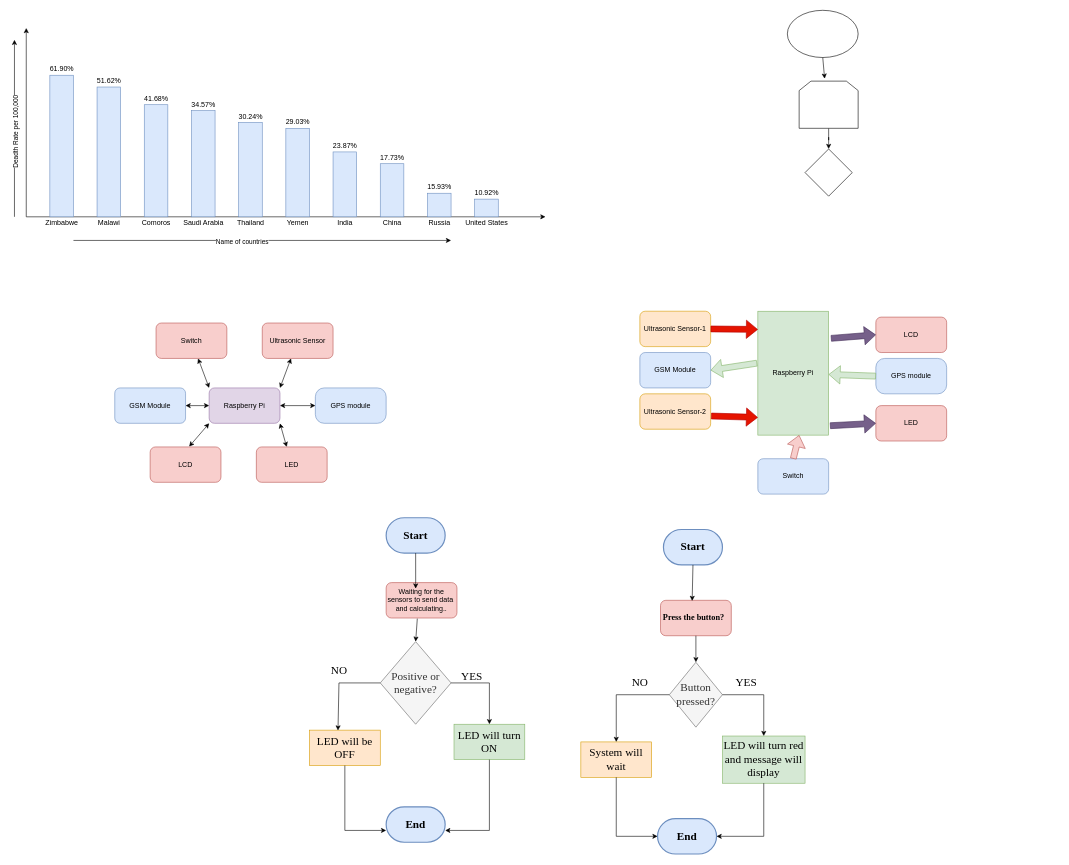
The draw.io diagram Untitled Diagram.drawio in 11716991/OS, before the edit. Source tidied: cells renumbered, new cells numbered last; positions are measured from the earlier drawing's top-left corner, leaving out a move shared by most shapes. Both pictures are drawn from the tidied source at 59%, with x=0, y=0 at pixel (14, 10).
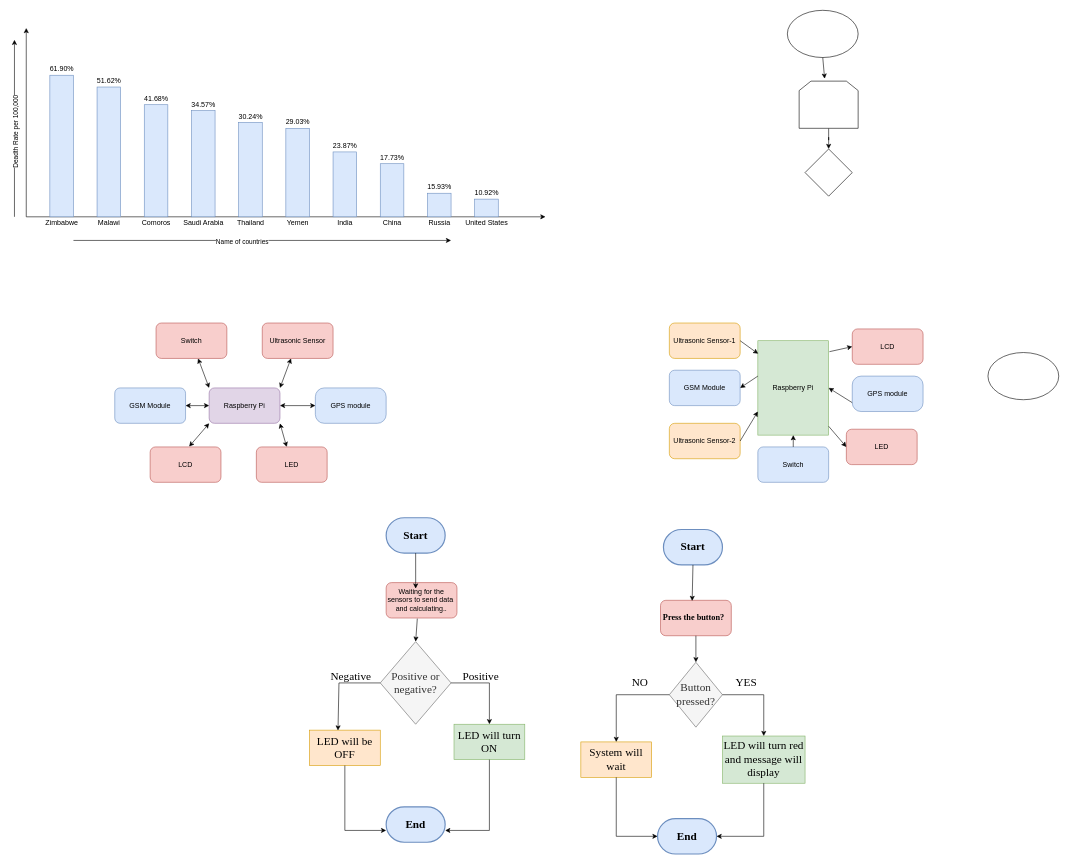
Above is the later version.

The edit, as a diff of the source:
```diff
@@
     <mxCell id="47" value="&lt;span&gt;Raspberry Pi&lt;/span&gt;" style="rounded=0;whiteSpace=wrap;html=1;fillColor=#d5e8d4;strokeColor=#82b366;" parent="1" vertex="1">
-      <mxGeometry x="1260" y="510" width="120" height="210" as="geometry" />
+      <mxGeometry x="1260" y="560" width="120" height="160" as="geometry" />
     </mxCell>
     <mxCell id="48" value="Switch" style="rounded=1;whiteSpace=wrap;html=1;fillColor=#dae8fc;strokeColor=#6c8ebf;" parent="1" vertex="1">
-      <mxGeometry x="1260" y="760" width="120" height="60" as="geometry" />
+      <mxGeometry x="1260" y="740" width="120" height="60" as="geometry" />
     </mxCell>
     <mxCell id="49" value="&lt;span&gt;LED&lt;/span&gt;" style="rounded=1;whiteSpace=wrap;html=1;fillColor=#f8cecc;strokeColor=#b85450;" parent="1" vertex="1">
-      <mxGeometry x="1460" y="670" width="120" height="60" as="geometry" />
+      <mxGeometry x="1410" y="710" width="120" height="60" as="geometry" />
     </mxCell>
     <mxCell id="50" value="&lt;span&gt;Ultrasonic Sensor-2&lt;/span&gt;" style="rounded=1;whiteSpace=wrap;html=1;fillColor=#ffe6cc;strokeColor=#d79b00;" parent="1" vertex="1">
-      <mxGeometry x="1060" y="650" width="120" height="60" as="geometry" />
+      <mxGeometry x="1110" y="700" width="120" height="60" as="geometry" />
     </mxCell>
     <mxCell id="51" value="&lt;span&gt;Ultrasonic Sensor-1&lt;/span&gt;" style="rounded=1;whiteSpace=wrap;html=1;fillColor=#ffe6cc;strokeColor=#d79b00;" parent="1" vertex="1">
-      <mxGeometry x="1060" y="510" width="120" height="60" as="geometry" />
+      <mxGeometry x="1110" y="530" width="120" height="60" as="geometry" />
     </mxCell>
     <mxCell id="52" value="LCD" style="rounded=1;whiteSpace=wrap;html=1;fillColor=#f8cecc;strokeColor=#b85450;" parent="1" vertex="1">
-      <mxGeometry x="1460" y="520" width="120" height="60" as="geometry" />
+      <mxGeometry x="1420" y="540" width="120" height="60" as="geometry" />
     </mxCell>
-    <mxCell id="53" style="shape=flexArrow;endArrow=classic;html=1;rounded=0;entryX=0;entryY=0.147;entryDx=0;entryDy=0;entryPerimeter=0;exitX=1;exitY=0.5;exitDx=0;exitDy=0;fillColor=#e51400;strokeColor=#B20000;" parent="1" edge="1" source="51" target="47">
-      <mxGeometry relative="1" as="geometry" />
-    </mxCell>
-    <mxCell id="54" style="shape=flexArrow;endArrow=classic;html=1;rounded=0;exitX=1.007;exitY=0.627;exitDx=0;exitDy=0;exitPerimeter=0;entryX=0;entryY=0.857;entryDx=0;entryDy=0;entryPerimeter=0;fillColor=#e51400;strokeColor=#B20000;" parent="1" edge="1" source="50" target="47">
-      <mxGeometry relative="1" as="geometry" />
-    </mxCell>
-    <mxCell id="55" style="shape=flexArrow;endArrow=classic;html=1;rounded=0;entryX=0;entryY=0.5;entryDx=0;entryDy=0;exitX=1.033;exitY=0.219;exitDx=0;exitDy=0;exitPerimeter=0;fillColor=#76608a;strokeColor=#432D57;" parent="1" edge="1" source="47" target="52">
-      <mxGeometry relative="1" as="geometry" />
-    </mxCell>
-    <mxCell id="56" style="shape=flexArrow;endArrow=classic;html=1;rounded=0;entryX=0;entryY=0.5;entryDx=0;entryDy=0;exitX=1.02;exitY=0.924;exitDx=0;exitDy=0;exitPerimeter=0;fillColor=#76608a;strokeColor=#432D57;" parent="1" edge="1" source="47" target="49">
-      <mxGeometry relative="1" as="geometry" />
-    </mxCell>
@@
-    <mxCell id="86" value="NO" style="text;html=1;align=center;verticalAlign=middle;strokeColor=none;fillColor=none;fontSize=19;fontFamily=Times New Roman;" parent="1" vertex="1">
-      <mxGeometry x="530" y="1105" width="40" height="30" as="geometry" />
+    <mxCell id="86" value="Negative" style="text;html=1;align=center;verticalAlign=middle;strokeColor=none;fillColor=none;fontSize=19;fontFamily=Times New Roman;" parent="1" vertex="1">
+      <mxGeometry x="530" y="1115" width="80" height="30" as="geometry" />
     </mxCell>
-    <mxCell id="87" value="YES" style="text;html=1;align=center;verticalAlign=middle;strokeColor=none;fillColor=none;fontSize=19;fontFamily=Times New Roman;" parent="1" vertex="1">
-      <mxGeometry x="750" y="1115" width="50" height="30" as="geometry" />
+    <mxCell id="87" value="Positive" style="text;html=1;align=center;verticalAlign=middle;strokeColor=none;fillColor=none;fontSize=19;fontFamily=Times New Roman;" parent="1" vertex="1">
+      <mxGeometry x="750" y="1115" width="80" height="30" as="geometry" />
     </mxCell>
@@
     <mxCell id="90" value="&lt;span style=&quot;&quot;&gt;GSM Module&lt;/span&gt;" style="rounded=1;whiteSpace=wrap;html=1;fillColor=#dae8fc;strokeColor=#6c8ebf;" parent="1" vertex="1">
-      <mxGeometry x="1060" y="580" width="120" height="60" as="geometry" />
+      <mxGeometry x="1110" y="610" width="120" height="60" as="geometry" />
     </mxCell>
@@
     <mxCell id="92" value="&lt;span style=&quot;&quot;&gt;GPS module&lt;/span&gt;" style="rounded=1;whiteSpace=wrap;html=1;arcSize=25;fillColor=#dae8fc;strokeColor=#6c8ebf;" parent="1" vertex="1">
-      <mxGeometry x="1460" y="590" width="120" height="60" as="geometry" />
+      <mxGeometry x="1420" y="620" width="120" height="60" as="geometry" />
     </mxCell>
@@
-    <mxCell id="96" style="shape=flexArrow;endArrow=classic;html=1;rounded=0;entryX=1;entryY=0.5;entryDx=0;entryDy=0;exitX=-0.011;exitY=0.419;exitDx=0;exitDy=0;exitPerimeter=0;fillColor=#d5e8d4;strokeColor=#82b366;" parent="1" edge="1" source="47" target="90">
-      <mxGeometry relative="1" as="geometry" />
-    </mxCell>
-    <mxCell id="97" style="shape=flexArrow;endArrow=classic;html=1;rounded=0;exitX=0;exitY=0.5;exitDx=0;exitDy=0;fillColor=#d5e8d4;strokeColor=#82b366;" parent="1" edge="1" source="92" target="47">
+    <mxCell id="97" style="endArrow=classic;html=1;rounded=0;entryX=1;entryY=0.5;entryDx=0;entryDy=0;exitX=0;exitY=0.75;exitDx=0;exitDy=0;" parent="1" edge="1" source="92" target="47">
       <mxGeometry relative="1" as="geometry" />
     </mxCell>
-    <mxCell id="98" style="shape=flexArrow;endArrow=classic;html=1;rounded=0;exitX=0.5;exitY=0;exitDx=0;exitDy=0;fillColor=#f8cecc;strokeColor=#b85450;" parent="1" edge="1" source="48">
-      <mxGeometry relative="1" as="geometry">
-        <mxPoint x="1330" y="720" as="targetPoint" />
-      </mxGeometry>
-    </mxCell>
+    <mxCell id="55" style="endArrow=classic;html=1;rounded=0;entryX=0;entryY=0.5;entryDx=0;entryDy=0;exitX=1.011;exitY=0.116;exitDx=0;exitDy=0;exitPerimeter=0;" parent="1" edge="1" source="47" target="52">
+      <mxGeometry relative="1" as="geometry" />
+    </mxCell>
+    <mxCell id="99" style="endArrow=classic;html=1;rounded=0;entryX=0;entryY=0.5;entryDx=0;entryDy=0;" parent="1" edge="1" target="49">
+      <mxGeometry relative="1" as="geometry">
+        <mxPoint x="1380" y="705" as="sourcePoint" />
+      </mxGeometry>
+    </mxCell>
+    <mxCell id="100" style="endArrow=classic;html=1;rounded=0;entryX=0.5;entryY=1;entryDx=0;entryDy=0;exitX=0.5;exitY=0;exitDx=0;exitDy=0;" parent="1" edge="1" source="48" target="47">
+      <mxGeometry relative="1" as="geometry" />
+    </mxCell>
+    <mxCell id="54" style="endArrow=classic;html=1;rounded=0;exitX=1;exitY=0.5;exitDx=0;exitDy=0;entryX=0;entryY=0.75;entryDx=0;entryDy=0;" parent="1" edge="1" source="50" target="47">
+      <mxGeometry relative="1" as="geometry" />
+    </mxCell>
+    <mxCell id="101" style="endArrow=classic;html=1;rounded=0;entryX=1;entryY=0.5;entryDx=0;entryDy=0;" parent="1" edge="1" target="90">
+      <mxGeometry relative="1" as="geometry">
+        <mxPoint x="1260" y="620" as="sourcePoint" />
+      </mxGeometry>
+    </mxCell>
+    <mxCell id="53" style="endArrow=classic;html=1;rounded=0;entryX=0.004;entryY=0.138;entryDx=0;entryDy=0;entryPerimeter=0;exitX=1;exitY=0.5;exitDx=0;exitDy=0;" parent="1" edge="1" source="51" target="47">
+      <mxGeometry relative="1" as="geometry" />
+    </mxCell>
+    <mxCell id="102" style="ellipse;whiteSpace=wrap;html=1;" parent="1" vertex="1">
+      <mxGeometry x="1650" y="580" width="120" height="80" as="geometry" />
+    </mxCell>
```
